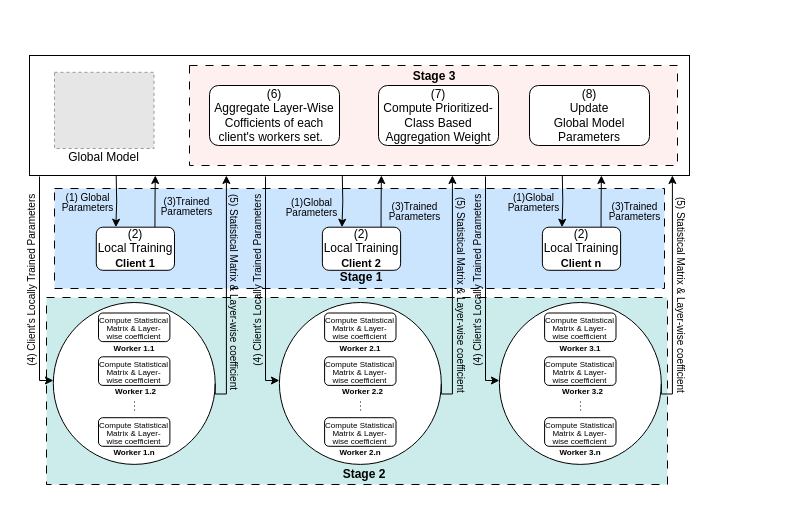
The draw.io diagram FedSat_FrameWork_Design.drawio in sujit880/Plotting_Graphs, before the edit. Source tidied: cells renumbered, new cells numbered last; positions are measured from the earlier drawing's top-left corner, leaving out a move shared by most shapes. Both pictures are drawn from the tidied source at 100%, with x=0, y=0 at pixel (-57, 55). Pictures stored in the file or linked from it are replaced by grey dashed boxes.
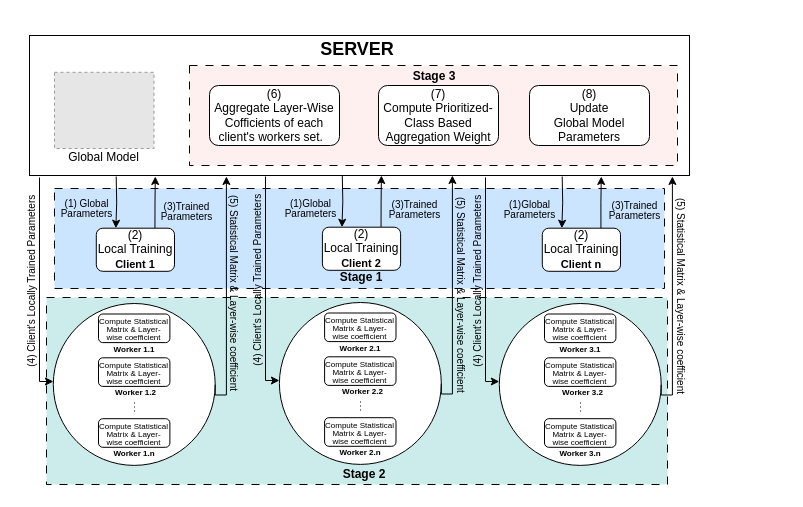
The same diagram, later.

Unchanged cells that the change refers to:
```xml
<mxCell id="6" style="group;fontStyle=4;" parent="5" vertex="1">
  <mxGeometry x="23.8" width="185.8" height="310" as="geometry" />
</mxCell>
<mxCell id="27" style="group;strokeOpacity=100;" parent="1" vertex="1">
  <mxGeometry x="299.3" y="120" width="322.2" height="288.9" as="geometry" />
</mxCell>
<mxCell id="49" style="ellipse;whiteSpace=wrap;html=1;" parent="48" vertex="1">
  <mxGeometry width="161.9" height="161.9" as="geometry" />
</mxCell>
```

Diff of the diagram source:
```diff
@@
     <mxCell id="3" style="rounded=0;whiteSpace=wrap;html=1;" parent="1" vertex="1">
-      <mxGeometry x="86" width="660" height="120" as="geometry" />
+      <mxGeometry x="86" y="-20" width="660" height="140" as="geometry" />
     </mxCell>
@@
     <mxCell id="5" style="group;" parent="1" vertex="1">
-      <mxGeometry x="93.3" y="120" width="298.6" height="310" as="geometry" />
+      <mxGeometry x="93.3" y="121" width="298.6" height="310" as="geometry" />
     </mxCell>
@@
     <mxCell id="20" value="&lt;p style=&quot;line-height: 70%;&quot;&gt;&lt;font style=&quot;font-size: 10px;&quot;&gt;(1)&amp;nbsp;&lt;/font&gt;&lt;span style=&quot;font-size: 10px; background-color: initial;&quot;&gt;Global Parameters&lt;/span&gt;&lt;/p&gt;" style="text;html=1;align=center;verticalAlign=middle;whiteSpace=wrap;rounded=0;" parent="6" vertex="1">
-      <mxGeometry x="-2.4" y="10.8" width="58.7" height="32.3" as="geometry" />
+      <mxGeometry x="-3.4" y="15.8" width="58.7" height="32.3" as="geometry" />
     </mxCell>
     <mxCell id="21" value="&lt;p style=&quot;line-height: 70%;&quot;&gt;&lt;font style=&quot;font-size: 10px;&quot;&gt;(3)Trained Parameters&lt;/font&gt;&lt;/p&gt;" style="text;html=1;align=center;verticalAlign=middle;whiteSpace=wrap;rounded=0;" parent="6" vertex="1">
-      <mxGeometry x="97.3" y="14.4" width="58.7" height="32.3" as="geometry" />
+      <mxGeometry x="97.3" y="18.4" width="58.7" height="32.3" as="geometry" />
     </mxCell>
@@
     <mxCell id="40" value="&lt;p style=&quot;line-height: 70%;&quot;&gt;&lt;font style=&quot;font-size: 10px;&quot;&gt;(1)Global Parameters&lt;/font&gt;&lt;/p&gt;" style="text;html=1;align=center;verticalAlign=middle;whiteSpace=wrap;rounded=0;" parent="27" vertex="1">
-      <mxGeometry x="39.4" y="15.8" width="58.7" height="32.3" as="geometry" />
+      <mxGeometry x="38.4" y="16.8" width="58.7" height="32.3" as="geometry" />
     </mxCell>
     <mxCell id="41" value="&lt;p style=&quot;line-height: 70%;&quot;&gt;&lt;font style=&quot;font-size: 10px;&quot;&gt;(3)Trained Parameters&lt;/font&gt;&lt;/p&gt;" style="text;html=1;align=center;verticalAlign=middle;whiteSpace=wrap;rounded=0;" parent="27" vertex="1">
-      <mxGeometry x="143.1" y="19.4" width="58.7" height="32.3" as="geometry" />
+      <mxGeometry x="143.1" y="17.4" width="58.7" height="32.3" as="geometry" />
     </mxCell>
@@
-    <mxCell id="47" style="group;" parent="1" vertex="1">
-      <mxGeometry x="519.3" y="120" width="322.2" height="288.9" as="geometry" />
-    </mxCell>
+    <mxCell id="66" value="&lt;div&gt;(6)&lt;/div&gt;Aggregate Layer-Wise Cofficients of each client's workers set.&amp;nbsp;&amp;nbsp;" style="rounded=1;whiteSpace=wrap;html=1;" parent="1" vertex="1">
+      <mxGeometry x="266" y="30" width="130" height="60" as="geometry" />
+    </mxCell>
+    <mxCell id="67" value="&lt;div&gt;(7)&lt;/div&gt;Compute Prioritized-Class Based Aggregation Weight" style="rounded=1;whiteSpace=wrap;html=1;" parent="1" vertex="1">
+      <mxGeometry x="435" y="30" width="120" height="60" as="geometry" />
+    </mxCell>
+    <mxCell id="68" value="&lt;div&gt;(8)&lt;/div&gt;Update&lt;br&gt;Global Model Parameters" style="rounded=1;whiteSpace=wrap;html=1;" parent="1" vertex="1">
+      <mxGeometry x="586" y="30" width="120" height="60" as="geometry" />
+    </mxCell>
+    <mxCell id="69" value="&lt;b&gt;Stage 3&lt;/b&gt;" style="text;html=1;align=center;verticalAlign=middle;whiteSpace=wrap;rounded=0;" parent="1" vertex="1">
+      <mxGeometry x="461" y="6" width="60" height="30" as="geometry" />
+    </mxCell>
+    <mxCell id="70" value="&lt;b&gt;Stage 2&lt;/b&gt;" style="text;html=1;align=center;verticalAlign=middle;whiteSpace=wrap;rounded=0;" parent="1" vertex="1">
+      <mxGeometry x="391" y="404" width="60" height="30" as="geometry" />
+    </mxCell>
+    <mxCell id="71" style="fillColor=#E6E6E6;strokeColor=#999999;dashed=1;verticalLabelPosition=bottom;labelBackgroundColor=default;verticalAlign=top;" parent="1" vertex="1">
+      <mxGeometry x="111" y="16.8" width="99.5" height="76.2" as="geometry" />
+    </mxCell>
+    <mxCell id="72" value="Global Model" style="text;html=1;align=center;verticalAlign=middle;whiteSpace=wrap;rounded=0;" parent="1" vertex="1">
+      <mxGeometry x="123.1" y="87" width="75.2" height="30" as="geometry" />
+    </mxCell>
+    <mxCell id="73" value="&lt;h1&gt;&lt;b&gt;&lt;font style=&quot;font-size: 18px;&quot;&gt;SERVER&lt;/font&gt;&lt;/b&gt;&lt;/h1&gt;" style="text;html=1;align=center;verticalAlign=middle;whiteSpace=wrap;rounded=0;" parent="1" vertex="1">
+      <mxGeometry x="383.5" y="-26.8" width="60" height="36.8" as="geometry" />
+    </mxCell>
-    <mxCell id="48" style="group;" parent="47" vertex="1">
-      <mxGeometry x="36.6" y="127" width="161.9" height="161.9" as="geometry" />
+    <mxCell id="48" style="group;" parent="1" vertex="1">
+      <mxGeometry x="555.8" y="248" width="161.9" height="161.9" as="geometry" />
     </mxCell>
@@
-    <mxCell id="56" style="edgeStyle=orthogonalEdgeStyle;rounded=0;jettySize=auto;html=1;exitX=0.75;exitY=0;exitDx=0;exitDy=0;" parent="47" edge="1" source="58">
+    <mxCell id="56" style="edgeStyle=orthogonalEdgeStyle;rounded=0;jettySize=auto;html=1;exitX=0.75;exitY=0;exitDx=0;exitDy=0;" parent="1" edge="1" source="58">
       <mxGeometry relative="1" as="geometry">
-        <mxPoint x="138.6" as="targetPoint" />
+        <mxPoint x="657.8" y="121" as="targetPoint" />
       </mxGeometry>
     </mxCell>
-    <mxCell id="57" style="edgeStyle=orthogonalEdgeStyle;rounded=0;jettySize=auto;html=1;exitX=0.25;exitY=0;exitDx=0;exitDy=0;entryX=0.25;entryY=0;entryDx=0;entryDy=0;" parent="47" edge="1" target="58">
+    <mxCell id="57" style="edgeStyle=orthogonalEdgeStyle;rounded=0;jettySize=auto;html=1;exitX=0.25;exitY=0;exitDx=0;exitDy=0;entryX=0.25;entryY=0;entryDx=0;entryDy=0;" parent="1" edge="1" target="58">
       <mxGeometry relative="1" as="geometry">
-        <mxPoint x="99.5" as="sourcePoint" />
+        <mxPoint x="618.7" y="121" as="sourcePoint" />
       </mxGeometry>
     </mxCell>
-    <mxCell id="58" value="&lt;div&gt;(2)&lt;/div&gt;Local Training&lt;div&gt;&lt;b style=&quot;font-size: 11px;&quot;&gt;Client n&lt;/b&gt;&lt;/div&gt;" style="rounded=1;whiteSpace=wrap;html=1;" parent="47" vertex="1">
-      <mxGeometry x="79.6" y="51.7" width="78.2" height="43.1" as="geometry" />
+    <mxCell id="58" value="&lt;div&gt;(2)&lt;/div&gt;Local Training&lt;div&gt;&lt;b style=&quot;font-size: 11px;&quot;&gt;Client n&lt;/b&gt;&lt;/div&gt;" style="rounded=1;whiteSpace=wrap;html=1;" parent="1" vertex="1">
+      <mxGeometry x="598.8" y="172.7" width="78.2" height="43.1" as="geometry" />
     </mxCell>
-    <mxCell id="59" style="edgeStyle=orthogonalEdgeStyle;rounded=0;jettySize=auto;html=1;exitX=1;exitY=0.5;exitDx=0;exitDy=0;" parent="47" edge="1" source="49">
+    <mxCell id="59" style="edgeStyle=orthogonalEdgeStyle;rounded=0;jettySize=auto;html=1;exitX=1;exitY=0.5;exitDx=0;exitDy=0;" parent="1" edge="1" source="49">
       <mxGeometry relative="1" as="geometry">
-        <mxPoint x="209.6" as="targetPoint" />
+        <mxPoint x="728.9" y="121" as="targetPoint" />
         <Array as="points">
-          <mxPoint x="209.6" y="218.5" />
+          <mxPoint x="728.9" y="339.5" />
         </Array>
       </mxGeometry>
     </mxCell>
-    <mxCell id="60" value="&lt;p style=&quot;line-height: 70%;&quot;&gt;&lt;font style=&quot;font-size: 10px;&quot;&gt;(1)Global Parameters&lt;/font&gt;&lt;/p&gt;" style="text;html=1;align=center;verticalAlign=middle;whiteSpace=wrap;rounded=0;" parent="47" vertex="1">
-      <mxGeometry x="41.4" y="10.8" width="58.7" height="32.3" as="geometry" />
+    <mxCell id="60" value="&lt;p style=&quot;line-height: 70%;&quot;&gt;&lt;font style=&quot;font-size: 10px;&quot;&gt;(1)Global Parameters&lt;/font&gt;&lt;/p&gt;" style="text;html=1;align=center;verticalAlign=middle;whiteSpace=wrap;rounded=0;" parent="1" vertex="1">
+      <mxGeometry x="556.7" y="137.8" width="58.7" height="32.3" as="geometry" />
     </mxCell>
-    <mxCell id="61" value="&lt;p style=&quot;line-height: 70%;&quot;&gt;&lt;font style=&quot;font-size: 10px;&quot;&gt;(3)Trained Parameters&lt;/font&gt;&lt;/p&gt;" style="text;html=1;align=center;verticalAlign=middle;whiteSpace=wrap;rounded=0;" parent="47" vertex="1">
-      <mxGeometry x="143.1" y="19.4" width="58.7" height="32.3" as="geometry" />
+    <mxCell id="61" value="&lt;p style=&quot;line-height: 70%;&quot;&gt;&lt;font style=&quot;font-size: 10px;&quot;&gt;(3)Trained Parameters&lt;/font&gt;&lt;/p&gt;" style="text;html=1;align=center;verticalAlign=middle;whiteSpace=wrap;rounded=0;" parent="1" vertex="1">
+      <mxGeometry x="662.4" y="138.4" width="58.7" height="32.3" as="geometry" />
     </mxCell>
-    <mxCell id="62" value="&lt;font style=&quot;font-size: 10px;&quot;&gt;(4) Client's Locally Trained Parameters&lt;/font&gt;" style="text;html=1;align=center;verticalAlign=middle;whiteSpace=wrap;rounded=0;rotation=270;" parent="47" vertex="1">
-      <mxGeometry x="-73.5" y="90" width="176.9" height="30" as="geometry" />
+    <mxCell id="62" value="&lt;font style=&quot;font-size: 10px;&quot;&gt;(4) Client's Locally Trained Parameters&lt;/font&gt;" style="text;html=1;align=center;verticalAlign=middle;whiteSpace=wrap;rounded=0;rotation=270;" parent="1" vertex="1">
+      <mxGeometry x="445.8" y="211" width="176.9" height="30" as="geometry" />
     </mxCell>
-    <mxCell id="63" value="&lt;font style=&quot;font-size: 10px;&quot;&gt;&lt;font style=&quot;&quot;&gt;(5) Statistical Matrix &amp;amp;&amp;nbsp;&lt;/font&gt;&lt;span style=&quot;background-color: initial;&quot;&gt;Layer-wise coefficient&lt;/span&gt;&lt;/font&gt;" style="text;html=1;align=center;verticalAlign=middle;whiteSpace=wrap;rounded=0;rotation=90;" parent="47" vertex="1">
-      <mxGeometry x="114.8" y="105.2" width="207.4" height="30" as="geometry" />
+    <mxCell id="63" value="&lt;font style=&quot;font-size: 10px;&quot;&gt;&lt;font style=&quot;&quot;&gt;(5) Statistical Matrix &amp;amp;&amp;nbsp;&lt;/font&gt;&lt;span style=&quot;background-color: initial;&quot;&gt;Layer-wise coefficient&lt;/span&gt;&lt;/font&gt;" style="text;html=1;align=center;verticalAlign=middle;whiteSpace=wrap;rounded=0;rotation=90;" parent="1" vertex="1">
+      <mxGeometry x="634" y="226.2" width="207.4" height="30" as="geometry" />
     </mxCell>
-    <mxCell id="64" style="endArrow=none;dashed=1;html=1;dashPattern=1 3;strokeWidth=1;rounded=0;" parent="47" edge="1">
+    <mxCell id="64" style="endArrow=none;dashed=1;html=1;dashPattern=1 3;strokeWidth=1;rounded=0;" parent="1" edge="1">
       <mxGeometry relative="1" as="geometry">
-        <mxPoint x="117.8" y="235" as="sourcePoint" />
-        <mxPoint x="117.7" y="226" as="targetPoint" />
+        <mxPoint x="637.1" y="356" as="sourcePoint" />
+        <mxPoint x="637" y="347" as="targetPoint" />
       </mxGeometry>
     </mxCell>
-    <mxCell id="65" style="endArrow=classic;html=1;rounded=0;entryX=0;entryY=0.5;entryDx=0;entryDy=0;" parent="47" edge="1">
+    <mxCell id="65" style="endArrow=classic;html=1;rounded=0;entryX=0;entryY=0.5;entryDx=0;entryDy=0;" parent="1" edge="1">
       <mxGeometry relative="1" as="geometry">
-        <mxPoint x="22.7" y="1" as="sourcePoint" />
-        <mxPoint x="36.6" y="205" as="targetPoint" />
+        <mxPoint x="542" y="122" as="sourcePoint" />
+        <mxPoint x="555.8" y="326" as="targetPoint" />
         <Array as="points">
-          <mxPoint x="22.7" y="205" />
+          <mxPoint x="542" y="326" />
         </Array>
       </mxGeometry>
     </mxCell>
-    <mxCell id="66" value="&lt;div&gt;(6)&lt;/div&gt;Aggregate Layer-Wise Cofficients of each client's workers set.&amp;nbsp;&amp;nbsp;" style="rounded=1;whiteSpace=wrap;html=1;" parent="1" vertex="1">
-      <mxGeometry x="266" y="30" width="130" height="60" as="geometry" />
-    </mxCell>
-    <mxCell id="67" value="&lt;div&gt;(7)&lt;/div&gt;Compute Prioritized-Class Based Aggregation Weight" style="rounded=1;whiteSpace=wrap;html=1;" parent="1" vertex="1">
-      <mxGeometry x="435" y="30" width="120" height="60" as="geometry" />
-    </mxCell>
-    <mxCell id="68" value="&lt;div&gt;(8)&lt;/div&gt;Update&lt;br&gt;Global Model Parameters" style="rounded=1;whiteSpace=wrap;html=1;" parent="1" vertex="1">
-      <mxGeometry x="586" y="30" width="120" height="60" as="geometry" />
-    </mxCell>
-    <mxCell id="69" value="&lt;b&gt;Stage 3&lt;/b&gt;" style="text;html=1;align=center;verticalAlign=middle;whiteSpace=wrap;rounded=0;" parent="1" vertex="1">
-      <mxGeometry x="461" y="6" width="60" height="30" as="geometry" />
-    </mxCell>
-    <mxCell id="70" value="&lt;b&gt;Stage 2&lt;/b&gt;" style="text;html=1;align=center;verticalAlign=middle;whiteSpace=wrap;rounded=0;" parent="1" vertex="1">
-      <mxGeometry x="391" y="404" width="60" height="30" as="geometry" />
-    </mxCell>
-    <mxCell id="71" style="fillColor=#E6E6E6;strokeColor=#999999;dashed=1;verticalLabelPosition=bottom;labelBackgroundColor=default;verticalAlign=top;" parent="1" vertex="1">
-      <mxGeometry x="111" y="16.8" width="99.5" height="76.2" as="geometry" />
-    </mxCell>
-    <mxCell id="72" value="Global Model" style="text;html=1;align=center;verticalAlign=middle;whiteSpace=wrap;rounded=0;" parent="1" vertex="1">
-      <mxGeometry x="123.1" y="87" width="75.2" height="30" as="geometry" />
-    </mxCell>
```
